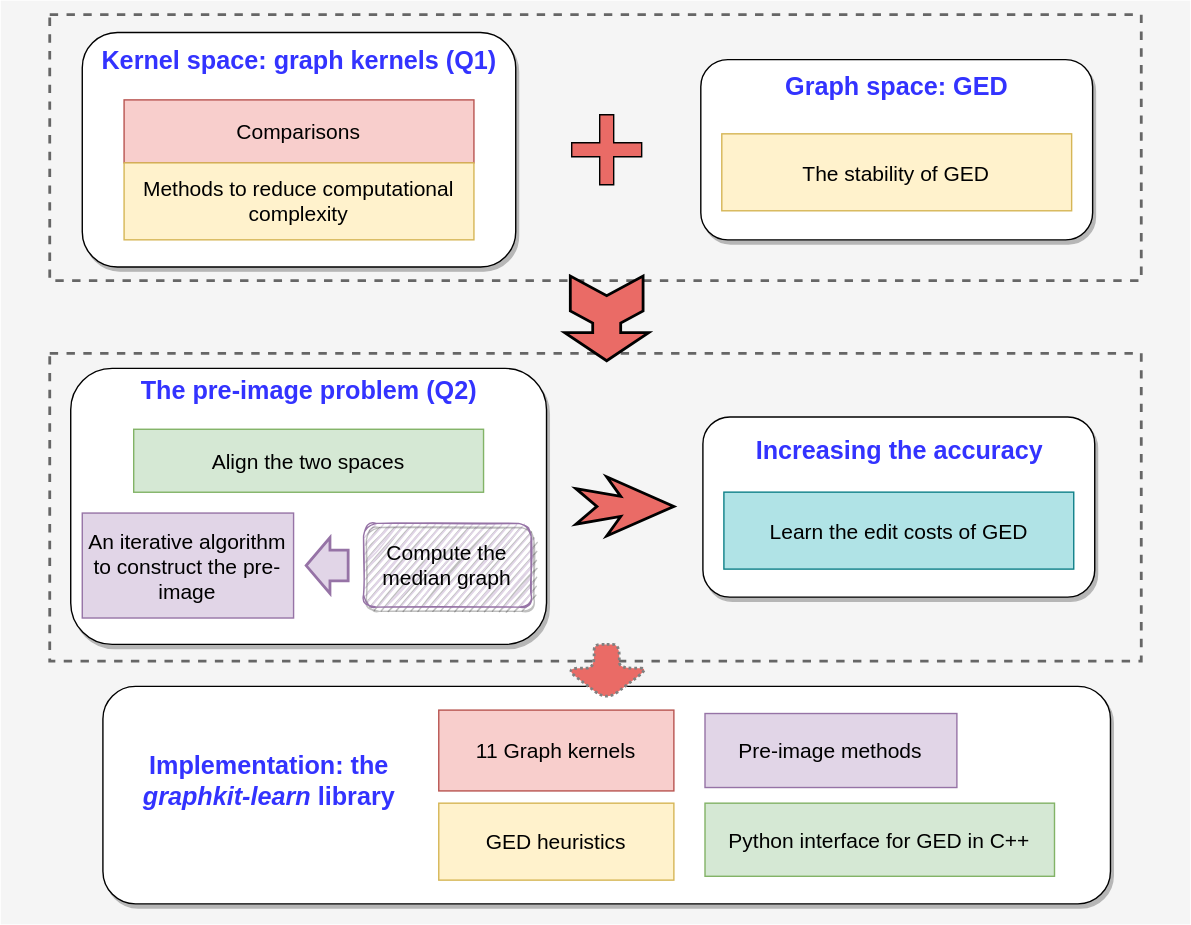
Before: architecture.svg, a diagram exported from draw.io (jajupmochi/phd_thesis). Source tidied: cells renumbered, new cells last; positions are measured from the earlier drawing's top-left corner, leaving out a move shared by most shapes.
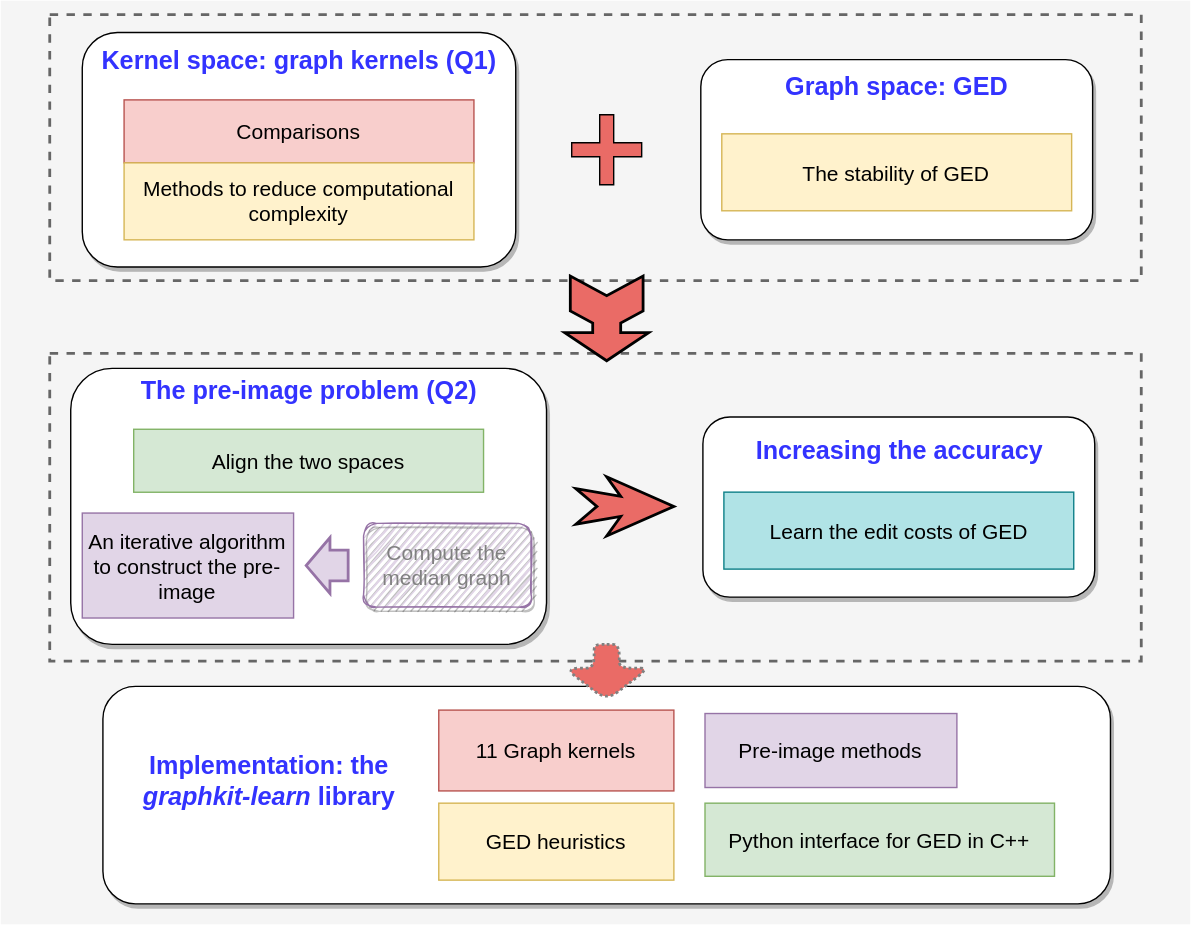
Later version of the same file.

Change to the diagram source:
```diff
@@ -41,7 +41,7 @@
     <mxCell id="14" value="&lt;h1 style=&quot;font-size: 18px&quot;&gt;The pre-image problem (Q2)&lt;br&gt;&lt;/h1&gt;" style="text;html=1;strokeColor=none;fillColor=none;spacing=5;spacingTop=-20;whiteSpace=wrap;overflow=hidden;rounded=0;shadow=1;glass=0;dashed=1;sketch=0;align=center;verticalAlign=middle;fontColor=#3333FF;" parent="1" vertex="1">
       <mxGeometry x="68.8" y="253.9" width="302.5" height="70" as="geometry" />
     </mxCell>
-    <mxCell id="15" value="&lt;div&gt;&lt;font style=&quot;font-size: 15px&quot;&gt;Compute the &lt;br&gt;&lt;/font&gt;&lt;/div&gt;&lt;div&gt;&lt;font style=&quot;font-size: 15px&quot;&gt;median graph&lt;/font&gt;&lt;/div&gt;" style="text;html=1;align=center;verticalAlign=middle;whiteSpace=wrap;rounded=1;shadow=1;glass=0;sketch=1;fillColor=#e1d5e7;strokeColor=#9673a6;" parent="1" vertex="1">
+    <mxCell id="15" value="&lt;div&gt;&lt;font style=&quot;font-size: 15px&quot; color=&quot;#808080&quot;&gt;Compute the &lt;br&gt;&lt;/font&gt;&lt;/div&gt;&lt;div&gt;&lt;font style=&quot;font-size: 15px&quot; color=&quot;#808080&quot;&gt;median graph&lt;/font&gt;&lt;/div&gt;" style="text;html=1;align=center;verticalAlign=middle;whiteSpace=wrap;rounded=1;shadow=1;glass=0;sketch=1;fillColor=#e1d5e7;strokeColor=#9673a6;" parent="1" vertex="1">
       <mxGeometry x="259.2" y="373.5" width="119.8" height="59.9" as="geometry" />
     </mxCell>
     <mxCell id="16" value="&lt;div&gt;&lt;font style=&quot;font-size: 15px&quot;&gt;An iterative algorithm&lt;/font&gt;&lt;/div&gt;&lt;div&gt;&lt;font style=&quot;font-size: 15px&quot;&gt; to construct the pre-&lt;/font&gt;&lt;/div&gt;&lt;div&gt;&lt;font style=&quot;font-size: 15px&quot;&gt;image&lt;/font&gt;&lt;/div&gt;" style="text;html=1;align=center;verticalAlign=middle;whiteSpace=wrap;rounded=0;shadow=0;glass=0;sketch=0;fillColor=#e1d5e7;strokeColor=#9673a6;" parent="1" vertex="1">
```
